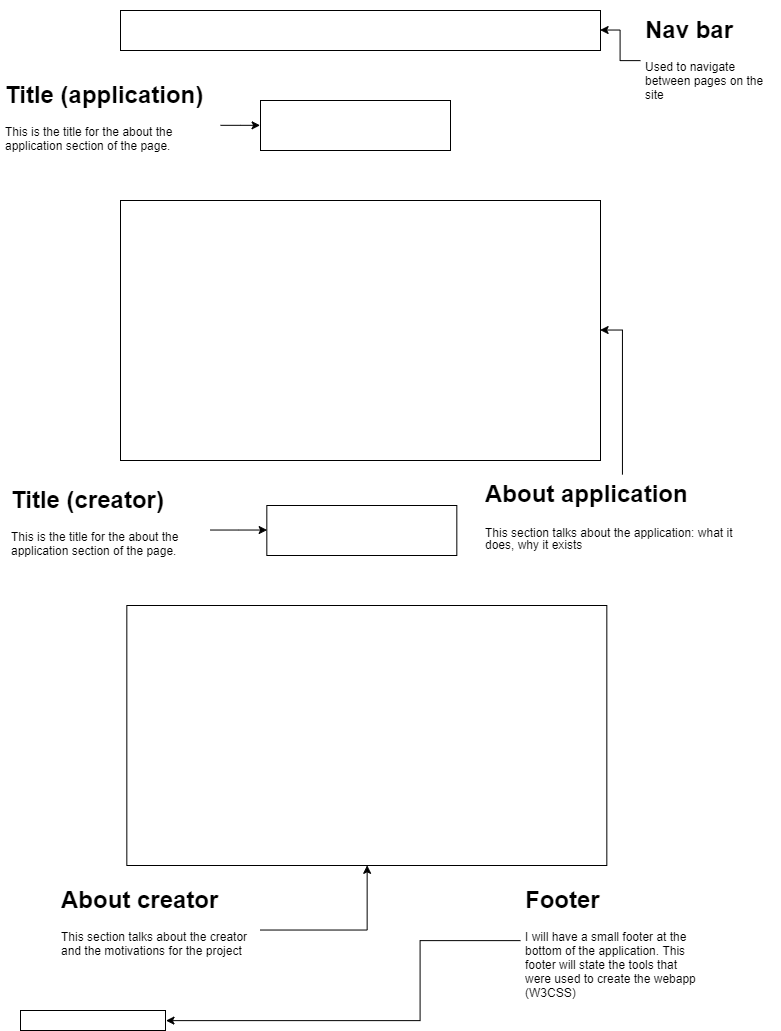
Jasper-27/Soft166Assignment keeps this draw.io diagram as Website Wireframes/about.png. Above is the earlier version. Source tidied: cells renumbered, new cells last; positions are measured from the earlier drawing's top-left corner, leaving out a move shared by most shapes. The source it was exported from:
```xml
<mxGraphModel>
  <root>
    <mxCell id="0" />
    <mxCell id="1" parent="0" />
    <mxCell id="2" style="rounded=0;whiteSpace=wrap;html=1;fillColor=#FFFFFF;strokeColor=#000000;shadow=0;" parent="1" vertex="1">
      <mxGeometry x="120" width="480" height="40" as="geometry" />
    </mxCell>
    <mxCell id="3" style="rounded=0;whiteSpace=wrap;html=1;fillColor=#FFFFFF;strokeColor=#000000;shadow=0;" parent="1" vertex="1">
      <mxGeometry x="120" y="190" width="480" height="260" as="geometry" />
    </mxCell>
    <mxCell id="4" style="rounded=0;whiteSpace=wrap;html=1;fillColor=#FFFFFF;strokeColor=#000000;shadow=0;" parent="1" vertex="1">
      <mxGeometry x="260" y="90" width="190" height="50" as="geometry" />
    </mxCell>
    <mxCell id="5" style="edgeStyle=orthogonalEdgeStyle;rounded=0;jettySize=auto;html=1;entryX=1;entryY=0.5;entryDx=0;entryDy=0;shadow=0;strokeColor=#000000;" parent="1" edge="1" source="6" target="2">
      <mxGeometry relative="1" as="geometry" />
    </mxCell>
    <mxCell id="6" value="&lt;h1&gt;Nav bar&lt;br&gt;&lt;/h1&gt;&lt;p&gt;Used to navigate between pages on the site&lt;br&gt;&lt;/p&gt;" style="text;html=1;spacing=5;spacingTop=-20;whiteSpace=wrap;overflow=hidden;rounded=0;shadow=0;fontColor=#000000;" parent="1" vertex="1">
      <mxGeometry x="640" width="140" height="100" as="geometry" />
    </mxCell>
    <mxCell id="7" style="edgeStyle=orthogonalEdgeStyle;rounded=0;jettySize=auto;html=1;entryX=1;entryY=0.5;entryDx=0;entryDy=0;shadow=0;strokeColor=#000000;" parent="1" edge="1" source="8" target="3">
      <mxGeometry relative="1" as="geometry" />
    </mxCell>
    <mxCell id="8" value="&lt;h1&gt;&lt;span&gt;About application&lt;/span&gt;&lt;/h1&gt;&lt;h6&gt;&lt;span style=&quot;font-weight: normal&quot;&gt;&lt;font style=&quot;font-size: 12px ; line-height: 100%&quot;&gt;This section talks about the application: what it does, why it exists&lt;/font&gt;&lt;/span&gt;&lt;/h6&gt;" style="text;html=1;spacing=5;spacingTop=-20;whiteSpace=wrap;overflow=hidden;rounded=0;shadow=0;fontColor=#000000;" parent="1" vertex="1">
      <mxGeometry x="480" y="464.1" width="283.7" height="111.7" as="geometry" />
    </mxCell>
    <mxCell id="9" style="edgeStyle=orthogonalEdgeStyle;rounded=0;jettySize=auto;html=1;entryX=0;entryY=0.5;entryDx=0;entryDy=0;shadow=0;strokeColor=#000000;" parent="1" edge="1" source="10" target="4">
      <mxGeometry relative="1" as="geometry" />
    </mxCell>
    <mxCell id="10" value="&lt;h1&gt;Title (application)&lt;br&gt;&lt;/h1&gt;&lt;p&gt;This is the title for the about the application section of the page.&lt;/p&gt;" style="text;html=1;spacing=5;spacingTop=-20;whiteSpace=wrap;overflow=hidden;rounded=0;shadow=0;fontColor=#000000;" parent="1" vertex="1">
      <mxGeometry y="65" width="220" height="100" as="geometry" />
    </mxCell>
    <mxCell id="11" style="rounded=0;whiteSpace=wrap;html=1;fillColor=#FFFFFF;strokeColor=#000000;shadow=0;" parent="1" vertex="1">
      <mxGeometry x="20" y="1000" width="145" height="20" as="geometry" />
    </mxCell>
    <mxCell id="12" style="edgeStyle=orthogonalEdgeStyle;rounded=0;jettySize=auto;html=1;entryX=1;entryY=0.5;entryDx=0;entryDy=0;shadow=0;strokeColor=#000000;" parent="1" edge="1" source="13" target="11">
      <mxGeometry relative="1" as="geometry">
        <Array as="points">
          <mxPoint x="420" y="930" />
          <mxPoint x="420" y="1010" />
        </Array>
      </mxGeometry>
    </mxCell>
    <mxCell id="13" value="&lt;h1&gt;Footer&lt;/h1&gt;&lt;p&gt;I will have a small footer at the bottom of the application. This footer will state the tools that were used to create the webapp (W3CSS)&lt;br&gt;&lt;/p&gt;" style="text;html=1;spacing=5;spacingTop=-20;whiteSpace=wrap;overflow=hidden;rounded=0;shadow=0;fontColor=#000000;" parent="1" vertex="1">
      <mxGeometry x="520" y="870" width="190" height="120" as="geometry" />
    </mxCell>
    <mxCell id="14" style="rounded=0;whiteSpace=wrap;html=1;fillColor=#FFFFFF;strokeColor=#000000;shadow=0;" parent="1" vertex="1">
      <mxGeometry x="126.3" y="595" width="480" height="260" as="geometry" />
    </mxCell>
    <mxCell id="15" style="rounded=0;whiteSpace=wrap;html=1;fillColor=#FFFFFF;strokeColor=#000000;shadow=0;" parent="1" vertex="1">
      <mxGeometry x="266.3" y="495" width="190" height="50" as="geometry" />
    </mxCell>
    <mxCell id="16" style="edgeStyle=orthogonalEdgeStyle;rounded=0;jettySize=auto;html=1;entryX=0;entryY=0.5;entryDx=0;entryDy=0;shadow=0;strokeColor=#000000;" parent="1" edge="1" source="17" target="15">
      <mxGeometry relative="1" as="geometry" />
    </mxCell>
    <mxCell id="17" value="&lt;h1&gt;Title (creator)&amp;nbsp;&lt;br&gt;&lt;/h1&gt;&lt;p&gt;This is the title for the about the application section of the page.&lt;/p&gt;" style="text;html=1;spacing=5;spacingTop=-20;whiteSpace=wrap;overflow=hidden;rounded=0;shadow=0;fontColor=#000000;" parent="1" vertex="1">
      <mxGeometry x="6.3" y="470" width="203.7" height="100" as="geometry" />
    </mxCell>
    <mxCell id="18" style="edgeStyle=orthogonalEdgeStyle;rounded=0;jettySize=auto;html=1;entryX=0.5;entryY=1;entryDx=0;entryDy=0;exitX=1;exitY=0.5;exitDx=0;exitDy=0;strokeColor=#000000;" parent="1" edge="1" source="19" target="14">
      <mxGeometry relative="1" as="geometry" />
    </mxCell>
    <mxCell id="19" value="&lt;h1&gt;About creator&lt;br&gt;&lt;/h1&gt;&lt;p&gt;This section talks about the creator and the motivations for the project&lt;/p&gt;" style="text;html=1;spacing=5;spacingTop=-20;whiteSpace=wrap;overflow=hidden;rounded=0;shadow=0;fontColor=#000000;" parent="1" vertex="1">
      <mxGeometry x="56.3" y="870" width="203.7" height="100" as="geometry" />
    </mxCell>
  </root>
</mxGraphModel>
```
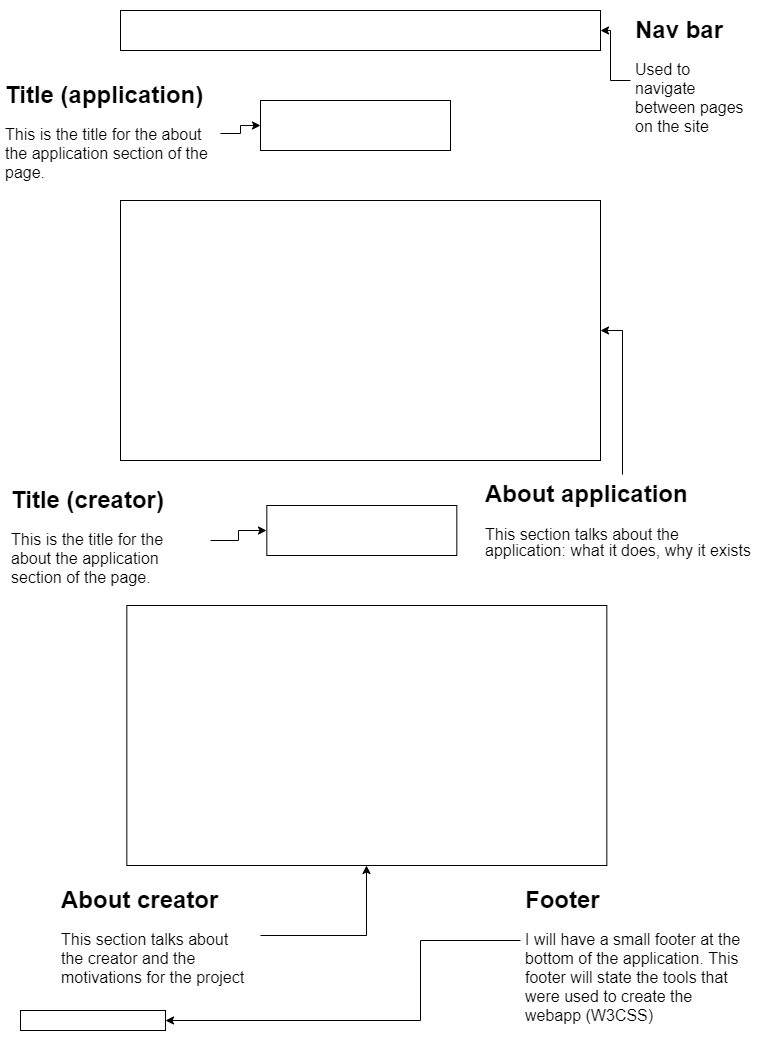
Above is the later version.

What changed in the source:
```diff
@@ -14,20 +14,20 @@
     <mxCell id="5" style="edgeStyle=orthogonalEdgeStyle;rounded=0;jettySize=auto;html=1;entryX=1;entryY=0.5;entryDx=0;entryDy=0;shadow=0;strokeColor=#000000;" parent="1" edge="1" source="6" target="2">
       <mxGeometry relative="1" as="geometry" />
     </mxCell>
-    <mxCell id="6" value="&lt;h1&gt;Nav bar&lt;br&gt;&lt;/h1&gt;&lt;p&gt;Used to navigate between pages on the site&lt;br&gt;&lt;/p&gt;" style="text;html=1;spacing=5;spacingTop=-20;whiteSpace=wrap;overflow=hidden;rounded=0;shadow=0;fontColor=#000000;" parent="1" vertex="1">
-      <mxGeometry x="640" width="140" height="100" as="geometry" />
+    <mxCell id="6" value="&lt;h1&gt;Nav bar&lt;br&gt;&lt;/h1&gt;&lt;p&gt;&lt;font style=&quot;font-size: 16px&quot;&gt;Used to navigate between pages on the site&lt;/font&gt;&lt;br&gt;&lt;/p&gt;" style="text;html=1;spacing=5;spacingTop=-20;whiteSpace=wrap;overflow=hidden;rounded=0;shadow=0;fontColor=#000000;" parent="1" vertex="1">
+      <mxGeometry x="630" width="130" height="140" as="geometry" />
     </mxCell>
     <mxCell id="7" style="edgeStyle=orthogonalEdgeStyle;rounded=0;jettySize=auto;html=1;entryX=1;entryY=0.5;entryDx=0;entryDy=0;shadow=0;strokeColor=#000000;" parent="1" edge="1" source="8" target="3">
       <mxGeometry relative="1" as="geometry" />
     </mxCell>
-    <mxCell id="8" value="&lt;h1&gt;&lt;span&gt;About application&lt;/span&gt;&lt;/h1&gt;&lt;h6&gt;&lt;span style=&quot;font-weight: normal&quot;&gt;&lt;font style=&quot;font-size: 12px ; line-height: 100%&quot;&gt;This section talks about the application: what it does, why it exists&lt;/font&gt;&lt;/span&gt;&lt;/h6&gt;" style="text;html=1;spacing=5;spacingTop=-20;whiteSpace=wrap;overflow=hidden;rounded=0;shadow=0;fontColor=#000000;" parent="1" vertex="1">
+    <mxCell id="8" value="&lt;h1&gt;&lt;span&gt;About application&lt;/span&gt;&lt;/h1&gt;&lt;h6&gt;&lt;span style=&quot;font-weight: normal&quot;&gt;&lt;font style=&quot;line-height: 100% ; font-size: 16px&quot;&gt;This section talks about the application: what it does, why it exists&lt;/font&gt;&lt;/span&gt;&lt;/h6&gt;" style="text;html=1;spacing=5;spacingTop=-20;whiteSpace=wrap;overflow=hidden;rounded=0;shadow=0;fontColor=#000000;" parent="1" vertex="1">
       <mxGeometry x="480" y="464.1" width="283.7" height="111.7" as="geometry" />
     </mxCell>
     <mxCell id="9" style="edgeStyle=orthogonalEdgeStyle;rounded=0;jettySize=auto;html=1;entryX=0;entryY=0.5;entryDx=0;entryDy=0;shadow=0;strokeColor=#000000;" parent="1" edge="1" source="10" target="4">
       <mxGeometry relative="1" as="geometry" />
     </mxCell>
-    <mxCell id="10" value="&lt;h1&gt;Title (application)&lt;br&gt;&lt;/h1&gt;&lt;p&gt;This is the title for the about the application section of the page.&lt;/p&gt;" style="text;html=1;spacing=5;spacingTop=-20;whiteSpace=wrap;overflow=hidden;rounded=0;shadow=0;fontColor=#000000;" parent="1" vertex="1">
-      <mxGeometry y="65" width="220" height="100" as="geometry" />
+    <mxCell id="10" value="&lt;h1&gt;Title (application)&lt;br&gt;&lt;/h1&gt;&lt;p&gt;&lt;font style=&quot;font-size: 16px&quot;&gt;This is the title for the about the application section of the page.&lt;/font&gt;&lt;/p&gt;" style="text;html=1;spacing=5;spacingTop=-20;whiteSpace=wrap;overflow=hidden;rounded=0;shadow=0;fontColor=#000000;" parent="1" vertex="1">
+      <mxGeometry y="65" width="220" height="115" as="geometry" />
     </mxCell>
     <mxCell id="11" style="rounded=0;whiteSpace=wrap;html=1;fillColor=#FFFFFF;strokeColor=#000000;shadow=0;" parent="1" vertex="1">
       <mxGeometry x="20" y="1000" width="145" height="20" as="geometry" />
@@ -40,8 +40,8 @@
         </Array>
       </mxGeometry>
     </mxCell>
-    <mxCell id="13" value="&lt;h1&gt;Footer&lt;/h1&gt;&lt;p&gt;I will have a small footer at the bottom of the application. This footer will state the tools that were used to create the webapp (W3CSS)&lt;br&gt;&lt;/p&gt;" style="text;html=1;spacing=5;spacingTop=-20;whiteSpace=wrap;overflow=hidden;rounded=0;shadow=0;fontColor=#000000;" parent="1" vertex="1">
-      <mxGeometry x="520" y="870" width="190" height="120" as="geometry" />
+    <mxCell id="13" value="&lt;h1&gt;Footer&lt;/h1&gt;&lt;p&gt;&lt;font style=&quot;font-size: 16px&quot;&gt;I will have a small footer at the bottom of the application. This footer will state the tools that were used to create the webapp (W3CSS)&lt;/font&gt;&lt;br&gt;&lt;/p&gt;" style="text;html=1;spacing=5;spacingTop=-20;whiteSpace=wrap;overflow=hidden;rounded=0;shadow=0;fontColor=#000000;" parent="1" vertex="1">
+      <mxGeometry x="520" y="870" width="230" height="180" as="geometry" />
     </mxCell>
     <mxCell id="14" style="rounded=0;whiteSpace=wrap;html=1;fillColor=#FFFFFF;strokeColor=#000000;shadow=0;" parent="1" vertex="1">
       <mxGeometry x="126.3" y="595" width="480" height="260" as="geometry" />
@@ -52,14 +52,14 @@
     <mxCell id="16" style="edgeStyle=orthogonalEdgeStyle;rounded=0;jettySize=auto;html=1;entryX=0;entryY=0.5;entryDx=0;entryDy=0;shadow=0;strokeColor=#000000;" parent="1" edge="1" source="17" target="15">
       <mxGeometry relative="1" as="geometry" />
     </mxCell>
-    <mxCell id="17" value="&lt;h1&gt;Title (creator)&amp;nbsp;&lt;br&gt;&lt;/h1&gt;&lt;p&gt;This is the title for the about the application section of the page.&lt;/p&gt;" style="text;html=1;spacing=5;spacingTop=-20;whiteSpace=wrap;overflow=hidden;rounded=0;shadow=0;fontColor=#000000;" parent="1" vertex="1">
-      <mxGeometry x="6.3" y="470" width="203.7" height="100" as="geometry" />
+    <mxCell id="17" value="&lt;h1&gt;Title (creator)&amp;nbsp;&lt;br&gt;&lt;/h1&gt;&lt;p&gt;&lt;font style=&quot;font-size: 16px&quot;&gt;This is the title for the about the application section of the page.&lt;/font&gt;&lt;/p&gt;" style="text;html=1;spacing=5;spacingTop=-20;whiteSpace=wrap;overflow=hidden;rounded=0;shadow=0;fontColor=#000000;" parent="1" vertex="1">
+      <mxGeometry x="6.3" y="470" width="203.7" height="120" as="geometry" />
     </mxCell>
     <mxCell id="18" style="edgeStyle=orthogonalEdgeStyle;rounded=0;jettySize=auto;html=1;entryX=0.5;entryY=1;entryDx=0;entryDy=0;exitX=1;exitY=0.5;exitDx=0;exitDy=0;strokeColor=#000000;" parent="1" edge="1" source="19" target="14">
       <mxGeometry relative="1" as="geometry" />
     </mxCell>
-    <mxCell id="19" value="&lt;h1&gt;About creator&lt;br&gt;&lt;/h1&gt;&lt;p&gt;This section talks about the creator and the motivations for the project&lt;/p&gt;" style="text;html=1;spacing=5;spacingTop=-20;whiteSpace=wrap;overflow=hidden;rounded=0;shadow=0;fontColor=#000000;" parent="1" vertex="1">
-      <mxGeometry x="56.3" y="870" width="203.7" height="100" as="geometry" />
+    <mxCell id="19" value="&lt;h1&gt;About creator&lt;br&gt;&lt;/h1&gt;&lt;p&gt;&lt;font style=&quot;font-size: 16px&quot;&gt;This section talks about the creator and the motivations for the project&lt;/font&gt;&lt;/p&gt;" style="text;html=1;spacing=5;spacingTop=-20;whiteSpace=wrap;overflow=hidden;rounded=0;shadow=0;fontColor=#000000;" parent="1" vertex="1">
+      <mxGeometry x="56.3" y="870" width="203.7" height="110" as="geometry" />
     </mxCell>
   </root>
 </mxGraphModel>
```
